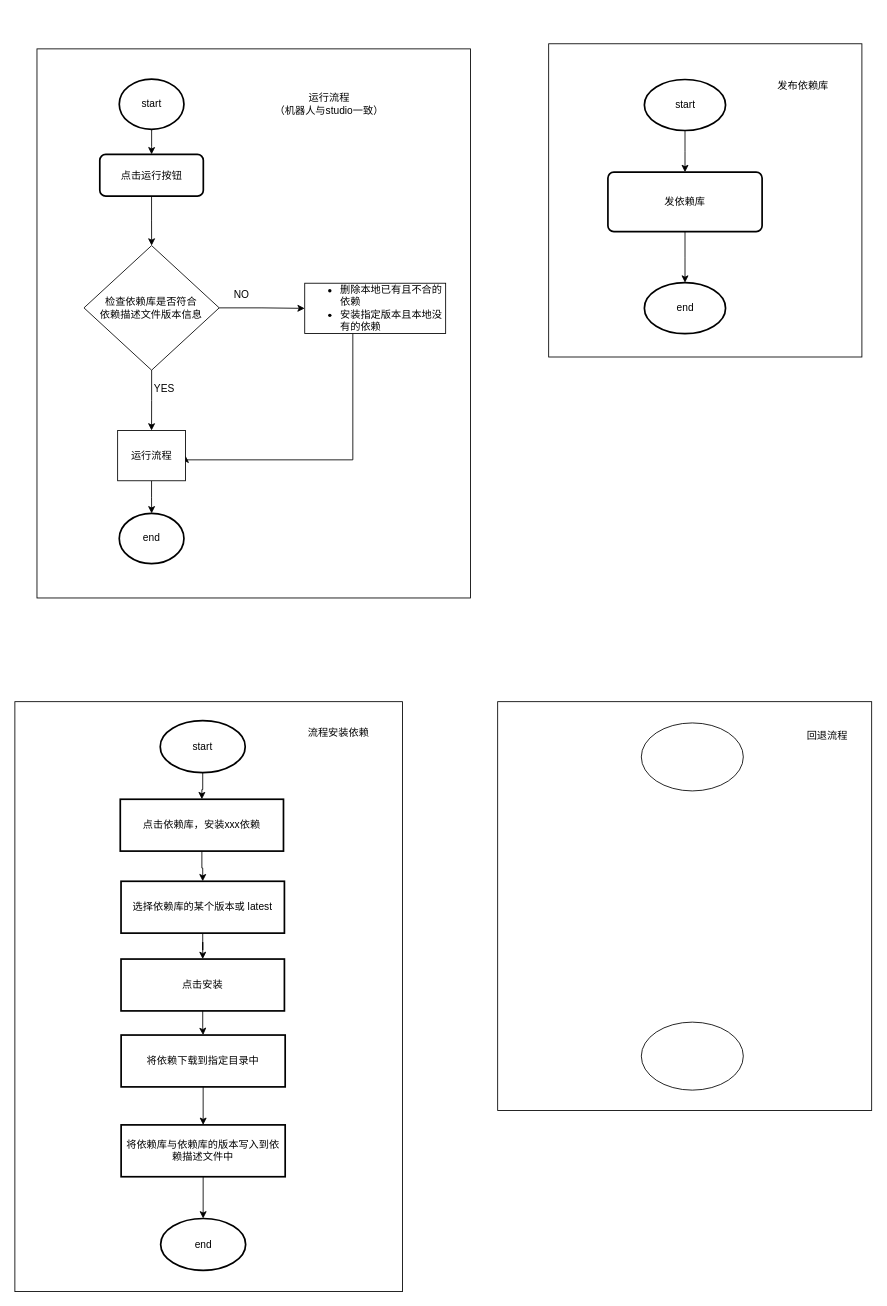
Earlier version of the draw.io diagram dg/交行依赖库更新流程.drawio (KevinBrother/draw). Source tidied: cells renumbered, new cells numbered last; positions are measured from the earlier drawing's top-left corner, leaving out a move shared by most shapes. Both pictures are drawn from the tidied source at 85%, with x=0, y=0 at pixel (14, 43).
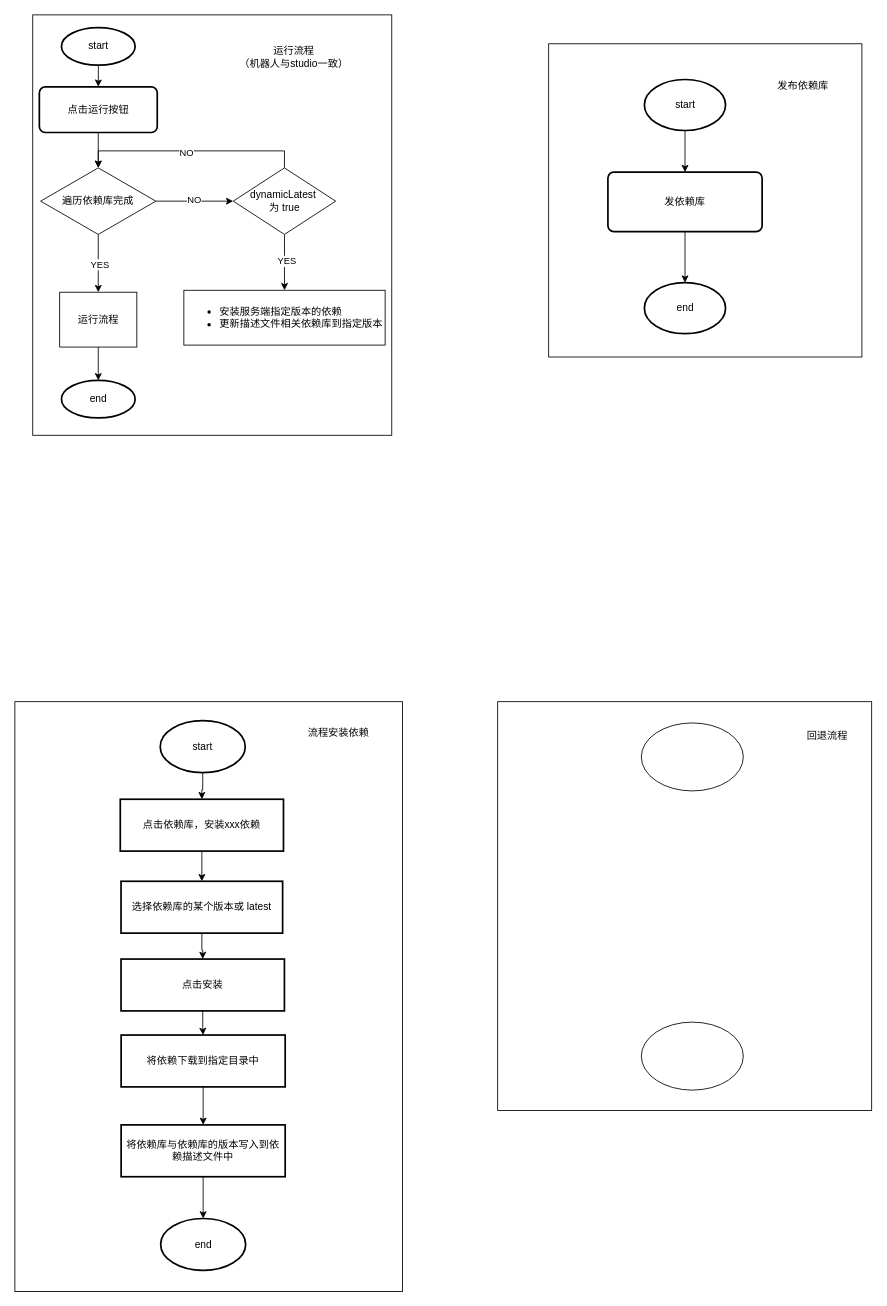
The same diagram, later.

Commit message:
更新交行依赖库更新流程.drawio

Unchanged cells that the change refers to:
```xml
<mxCell id="26" style="group;strokeColor=default;" parent="1" vertex="1">
  <mxGeometry y="774" width="456" height="694" as="geometry" />
</mxCell>
```

The edit, as a diff of the source:
```diff
@@
-    <mxCell id="2" style="group;strokeColor=default;" parent="1" vertex="1">
-      <mxGeometry x="26" y="6" width="510" height="646" as="geometry" />
-    </mxCell>
-    <mxCell id="3" style="edgeStyle=orthogonalEdgeStyle;rounded=0;jettySize=auto;html=1;" parent="2" edge="1" source="4" target="6">
-      <mxGeometry relative="1" as="geometry" />
-    </mxCell>
-    <mxCell id="4" value="start" style="strokeWidth=2;html=1;shape=mxgraph.flowchart.start_1;whiteSpace=wrap;" parent="2" vertex="1">
-      <mxGeometry x="96.8" y="35.5" width="76.1" height="59.1" as="geometry" />
-    </mxCell>
-    <mxCell id="5" style="edgeStyle=orthogonalEdgeStyle;rounded=0;jettySize=auto;html=1;" parent="2" edge="1" source="6" target="8">
-      <mxGeometry relative="1" as="geometry" />
-    </mxCell>
-    <mxCell id="6" value="点击运行按钮" style="rounded=1;whiteSpace=wrap;html=1;absoluteArcSize=1;arcSize=14;strokeWidth=2;" parent="2" vertex="1">
-      <mxGeometry x="73.9" y="124.1" width="121.8" height="49.2" as="geometry" />
-    </mxCell>
-    <mxCell id="7" value="end" style="strokeWidth=2;html=1;shape=mxgraph.flowchart.start_1;whiteSpace=wrap;" parent="2" vertex="1">
-      <mxGeometry x="96.8" y="546.5" width="76.1" height="59.1" as="geometry" />
-    </mxCell>
-    <mxCell id="8" value="检查依赖库是否符合&lt;br&gt;依赖描述文件版本信息" style="rhombus;whiteSpace=wrap;html=1;" parent="2" vertex="1">
-      <mxGeometry x="55.3" y="231.4" width="159.1" height="146.6" as="geometry" />
-    </mxCell>
-    <mxCell id="9" value="运行流程&lt;br&gt;（机器人与studio一致）" style="text;html=1;strokeColor=none;fillColor=none;align=center;verticalAlign=middle;whiteSpace=wrap;rounded=0;" parent="2" vertex="1">
-      <mxGeometry x="255" y="50.2" width="178" height="29.5" as="geometry" />
-    </mxCell>
-    <mxCell id="10" style="edgeStyle=orthogonalEdgeStyle;rounded=0;jettySize=auto;html=1;entryX=1;entryY=0.5;entryDx=0;entryDy=0;" parent="2" edge="1" source="11" target="15">
-      <mxGeometry relative="1" as="geometry">
-        <Array as="points">
-          <mxPoint x="371.6" y="483.5" />
-          <mxPoint x="174.9" y="483.5" />
-        </Array>
-      </mxGeometry>
-    </mxCell>
-    <mxCell id="11" value="&lt;ul&gt;&lt;li&gt;&lt;span style=&quot;background-color: initial;&quot;&gt;删除本地已有且不合的依赖&lt;/span&gt;&lt;/li&gt;&lt;li&gt;安装指定版本且本地没有的依赖&lt;/li&gt;&lt;/ul&gt;" style="whiteSpace=wrap;html=1;align=left;" parent="2" vertex="1">
-      <mxGeometry x="315" y="275.7" width="165.8" height="59.1" as="geometry" />
-    </mxCell>
-    <mxCell id="12" style="edgeStyle=orthogonalEdgeStyle;rounded=0;jettySize=auto;html=1;" parent="2" edge="1" source="8" target="11">
-      <mxGeometry relative="1" as="geometry" />
-    </mxCell>
-    <mxCell id="13" value="NO" style="text;html=1;strokeColor=none;fillColor=none;align=center;verticalAlign=middle;whiteSpace=wrap;rounded=0;" parent="2" vertex="1">
-      <mxGeometry x="218" y="275.7" width="45.7" height="29.5" as="geometry" />
-    </mxCell>
-    <mxCell id="14" style="edgeStyle=orthogonalEdgeStyle;rounded=0;jettySize=auto;html=1;" parent="2" edge="1" source="15" target="7">
-      <mxGeometry relative="1" as="geometry" />
-    </mxCell>
-    <mxCell id="15" value="运行流程" style="whiteSpace=wrap;html=1;" parent="2" vertex="1">
-      <mxGeometry x="94.9" y="449" width="79.8" height="59.1" as="geometry" />
-    </mxCell>
-    <mxCell id="16" style="edgeStyle=orthogonalEdgeStyle;rounded=0;jettySize=auto;html=1;" parent="2" edge="1" source="8" target="15">
-      <mxGeometry relative="1" as="geometry" />
-    </mxCell>
-    <mxCell id="17" value="YES" style="text;html=1;strokeColor=none;fillColor=none;align=center;verticalAlign=middle;whiteSpace=wrap;rounded=0;" parent="2" vertex="1">
-      <mxGeometry x="127.2" y="385" width="45.7" height="29.5" as="geometry" />
-    </mxCell>
@@
     <mxCell id="31" value="选择依赖库的某个版本或 latest" style="whiteSpace=wrap;html=1;strokeWidth=2;" parent="26" vertex="1">
-      <mxGeometry x="124.9" y="211.3" width="192.2" height="61" as="geometry" />
+      <mxGeometry x="124.9" y="211.3" width="190.1" height="61" as="geometry" />
     </mxCell>
@@
+    <mxCell id="45" style="group;strokeColor=default;" parent="1" vertex="1">
+      <mxGeometry x="21" y="-34" width="422.4" height="494.6" as="geometry" />
+    </mxCell>
+    <mxCell id="3" style="edgeStyle=orthogonalEdgeStyle;rounded=0;jettySize=auto;html=1;" parent="45" edge="1" source="4" target="6">
+      <mxGeometry relative="1" as="geometry" />
+    </mxCell>
+    <mxCell id="4" value="start" style="strokeWidth=2;html=1;shape=mxgraph.flowchart.start_1;whiteSpace=wrap;" parent="45" vertex="1">
+      <mxGeometry x="33.8" y="15" width="86.7" height="44.2" as="geometry" />
+    </mxCell>
+    <mxCell id="46" style="edgeStyle=orthogonalEdgeStyle;rounded=0;jettySize=auto;html=1;entryX=0.5;entryY=0;entryDx=0;entryDy=0;" parent="45" edge="1" source="6" target="51">
+      <mxGeometry relative="1" as="geometry" />
+    </mxCell>
+    <mxCell id="6" value="点击运行按钮" style="rounded=1;whiteSpace=wrap;html=1;absoluteArcSize=1;arcSize=14;strokeWidth=2;" parent="45" vertex="1">
+      <mxGeometry x="7.8" y="84.6" width="138.7" height="53.8" as="geometry" />
+    </mxCell>
+    <mxCell id="9" value="运行流程&lt;br&gt;（机器人与studio一致）" style="text;html=1;strokeColor=none;fillColor=none;align=center;verticalAlign=middle;whiteSpace=wrap;rounded=0;" parent="45" vertex="1">
+      <mxGeometry x="206.1" y="33.4" width="202.6" height="32.3" as="geometry" />
+    </mxCell>
+    <mxCell id="11" value="&lt;ul&gt;&lt;li&gt;安装服务端指定版本的依赖&lt;/li&gt;&lt;li&gt;更新描述文件相关依赖库到指定版本&lt;/li&gt;&lt;/ul&gt;" style="whiteSpace=wrap;html=1;align=left;" parent="45" vertex="1">
+      <mxGeometry x="177.8" y="324" width="236.8" height="64.5" as="geometry" />
+    </mxCell>
+    <mxCell id="14" style="edgeStyle=orthogonalEdgeStyle;rounded=0;jettySize=auto;html=1;entryX=0.5;entryY=0;entryDx=0;entryDy=0;entryPerimeter=0;" parent="45" edge="1" source="15" target="7">
+      <mxGeometry relative="1" as="geometry" />
+    </mxCell>
+    <mxCell id="15" value="运行流程" style="whiteSpace=wrap;html=1;" parent="45" vertex="1">
+      <mxGeometry x="31.7" y="326.3" width="90.8" height="64.5" as="geometry" />
+    </mxCell>
+    <mxCell id="47" style="edgeStyle=orthogonalEdgeStyle;rounded=0;jettySize=auto;html=1;" parent="45" edge="1" source="51" target="56">
+      <mxGeometry relative="1" as="geometry" />
+    </mxCell>
+    <mxCell id="48" value="NO" style="edgeLabel;html=1;align=center;verticalAlign=middle;" parent="47" vertex="1">
+      <mxGeometry y="2" relative="1" as="geometry" />
+    </mxCell>
+    <mxCell id="49" style="edgeStyle=orthogonalEdgeStyle;rounded=0;jettySize=auto;html=1;" parent="45" edge="1" source="51" target="15">
+      <mxGeometry relative="1" as="geometry" />
+    </mxCell>
+    <mxCell id="50" value="YES" style="edgeLabel;html=1;align=center;verticalAlign=middle;" parent="49" vertex="1">
+      <mxGeometry x="0.02" y="1" relative="1" as="geometry" />
+    </mxCell>
+    <mxCell id="51" value="遍历依赖库完成" style="rhombus;whiteSpace=wrap;html=1;" parent="45" vertex="1">
+      <mxGeometry x="9.3" y="180" width="135.6" height="78.3" as="geometry" />
+    </mxCell>
+    <mxCell id="52" style="edgeStyle=orthogonalEdgeStyle;rounded=0;jettySize=auto;html=1;exitX=0.5;exitY=0;exitDx=0;exitDy=0;entryX=0.5;entryY=0;entryDx=0;entryDy=0;" parent="45" edge="1" source="56" target="51">
+      <mxGeometry relative="1" as="geometry" />
+    </mxCell>
+    <mxCell id="53" value="NO" style="edgeLabel;html=1;align=center;verticalAlign=middle;" parent="52" vertex="1">
+      <mxGeometry x="0.05" y="1" relative="1" as="geometry" />
+    </mxCell>
+    <mxCell id="54" style="edgeStyle=orthogonalEdgeStyle;rounded=0;jettySize=auto;html=1;" parent="45" edge="1" source="56" target="11">
+      <mxGeometry relative="1" as="geometry" />
+    </mxCell>
+    <mxCell id="55" value="YES" style="edgeLabel;html=1;align=center;verticalAlign=middle;" parent="54" vertex="1">
+      <mxGeometry x="-0.06" y="2" relative="1" as="geometry" />
+    </mxCell>
+    <mxCell id="56" value="dynamicLatest&amp;nbsp;&lt;div&gt;为 true&lt;/div&gt;" style="rhombus;whiteSpace=wrap;html=1;" parent="45" vertex="1">
+      <mxGeometry x="235.9" y="180" width="120.5" height="78.3" as="geometry" />
+    </mxCell>
+    <mxCell id="7" value="end" style="strokeWidth=2;html=1;shape=mxgraph.flowchart.start_1;whiteSpace=wrap;" parent="45" vertex="1">
+      <mxGeometry x="33.8" y="430" width="86.7" height="44.2" as="geometry" />
+    </mxCell>
```
